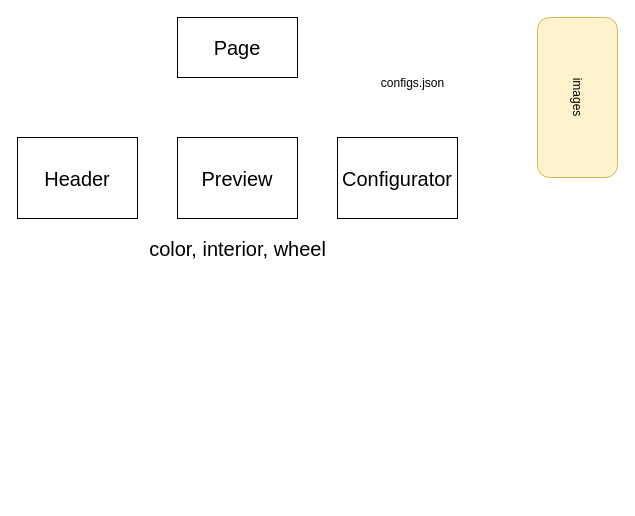
Above: flow.drawio in gliese-sketch/fisker-next (draw.io), before the change. Source tidied: cells renumbered, new cells numbered last; positions are measured from the earlier drawing's top-left corner, leaving out a move shared by most shapes. Both pictures are drawn from the tidied source at 100%, with x=0, y=0 at pixel (17, 17).
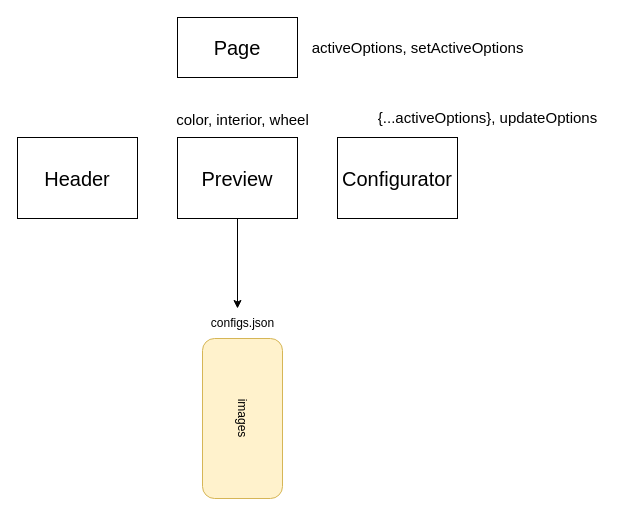
The same diagram, later.

The edit, as a diff of the source:
```diff
@@
 <mxGraphModel>
   <root>
     <mxCell id="0" />
     <mxCell id="1" parent="0" />
     <mxCell id="2" value="&lt;font style=&quot;font-size: 20px;&quot;&gt;Page&lt;/font&gt;" style="rounded=0;whiteSpace=wrap;html=1;" parent="1" vertex="1">
       <mxGeometry x="160" width="120" height="60" as="geometry" />
     </mxCell>
     <mxCell id="3" value="&lt;font style=&quot;font-size: 20px;&quot;&gt;Header&lt;/font&gt;" style="rounded=0;whiteSpace=wrap;html=1;" parent="1" vertex="1">
       <mxGeometry y="120" width="120" height="81" as="geometry" />
     </mxCell>
+    <mxCell id="9" style="edgeStyle=none;html=1;fontSize=15;" parent="1" edge="1" source="4">
+      <mxGeometry relative="1" as="geometry">
+        <mxPoint x="220" y="291" as="targetPoint" />
+      </mxGeometry>
+    </mxCell>
     <mxCell id="4" value="&lt;font style=&quot;font-size: 20px;&quot;&gt;Preview&lt;/font&gt;" style="rounded=0;whiteSpace=wrap;html=1;" parent="1" vertex="1">
       <mxGeometry x="160" y="120" width="120" height="81" as="geometry" />
     </mxCell>
     <mxCell id="5" value="&lt;font style=&quot;font-size: 20px;&quot;&gt;Configurator&lt;/font&gt;" style="rounded=0;whiteSpace=wrap;html=1;" parent="1" vertex="1">
       <mxGeometry x="320" y="120" width="120" height="81" as="geometry" />
     </mxCell>
-    <mxCell id="6" value="color, interior, wheel" style="text;html=1;align=center;verticalAlign=middle;strokeColor=none;fillColor=none;fontSize=20;" parent="1" vertex="1">
-      <mxGeometry x="120" y="211" width="200" height="40" as="geometry" />
+    <mxCell id="6" value="&lt;font style=&quot;font-size: 15px;&quot;&gt;color, interior, wheel&lt;/font&gt;" style="text;html=1;align=center;verticalAlign=middle;strokeColor=none;fillColor=none;fontSize=20;" parent="1" vertex="1">
+      <mxGeometry x="145" y="80" width="160" height="40" as="geometry" />
     </mxCell>
     <mxCell id="7" value="images" style="rounded=1;whiteSpace=wrap;html=1;rotation=90;fillColor=#fff2cc;strokeColor=#d6b656;" parent="1" vertex="1">
-      <mxGeometry x="480" y="40" width="160" height="80" as="geometry" />
+      <mxGeometry x="145" y="361" width="160" height="80" as="geometry" />
     </mxCell>
     <mxCell id="8" value="configs.json" style="text;html=1;align=center;verticalAlign=middle;strokeColor=none;fillColor=none;" parent="1" vertex="1">
-      <mxGeometry x="350" y="51" width="90" height="30" as="geometry" />
+      <mxGeometry x="180" y="291" width="90" height="30" as="geometry" />
     </mxCell>
+    <mxCell id="10" value="{...activeOptions}, updateOptions" style="text;html=1;align=center;verticalAlign=middle;strokeColor=none;fillColor=none;fontSize=15;" parent="1" vertex="1">
+      <mxGeometry x="350" y="85" width="240" height="30" as="geometry" />
+    </mxCell>
+    <mxCell id="11" value="activeOptions, setActiveOptions" style="text;html=1;align=center;verticalAlign=middle;strokeColor=none;fillColor=none;fontSize=15;" parent="1" vertex="1">
+      <mxGeometry x="280" y="15" width="240" height="30" as="geometry" />
+    </mxCell>
   </root>
 </mxGraphModel>
```
